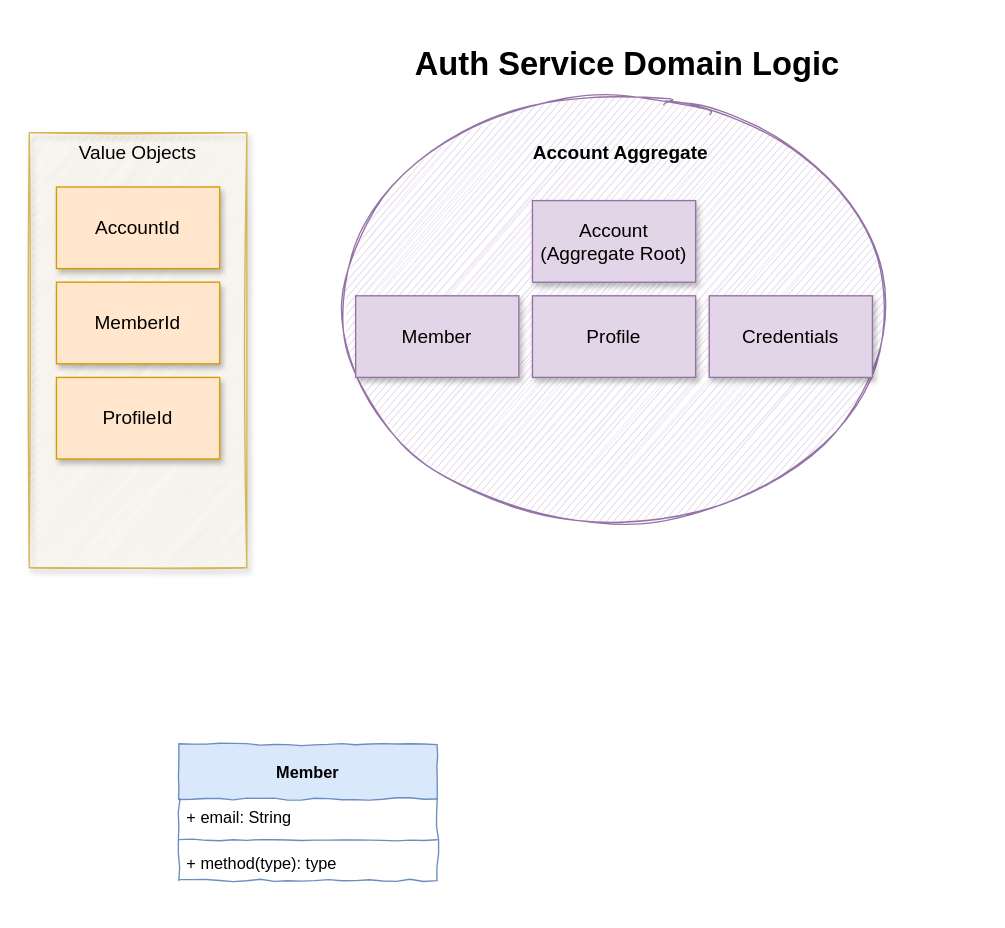
The draw.io diagram page "User_Mgmt_Domain" (3 of 4) of src/user-management/.github/diagrams/diagrams.drawio in kumo829/GamingTournamentBackJava, before the edit. Source tidied: cells renumbered, new cells numbered last; positions are measured from the earlier drawing's top-left corner, leaving out a move shared by most shapes. Both pictures are drawn from the tidied source at 136%, with x=0, y=0 at pixel (29, 37).
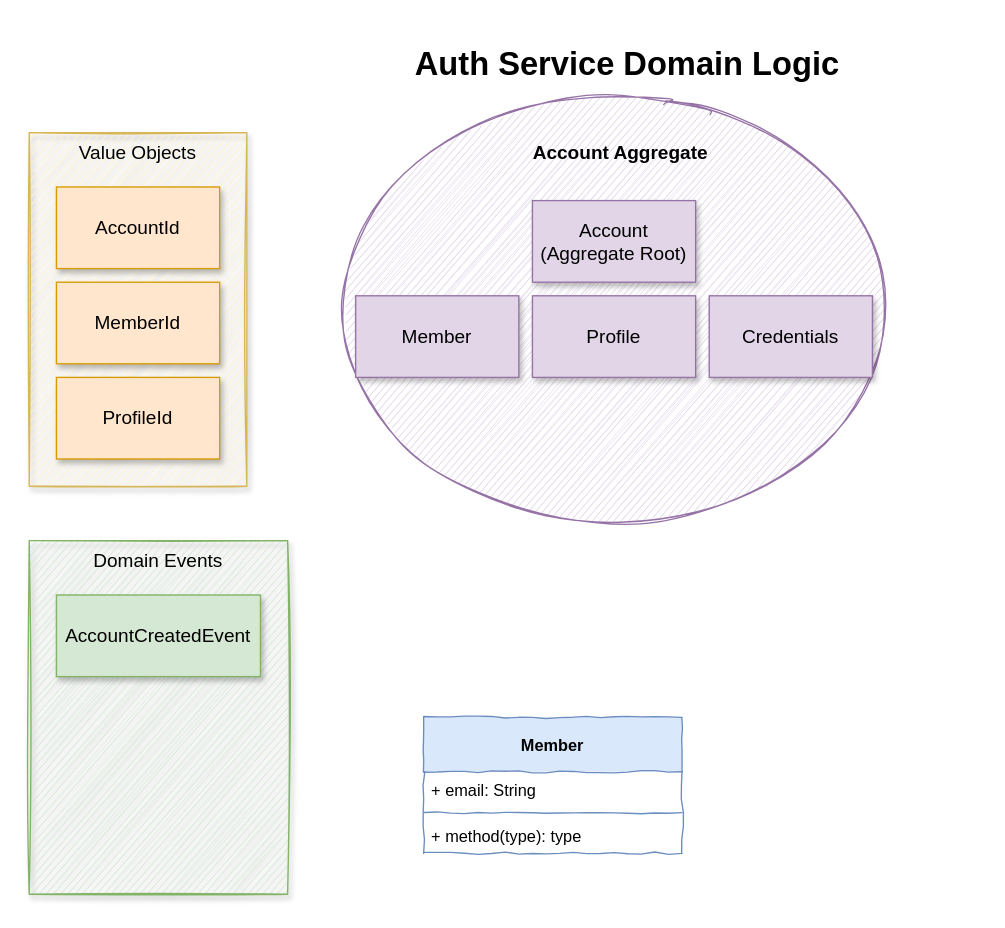
Above is the later version.

Diff of the diagram source:
```diff
@@
 <mxGraphModel>
   <root>
     <mxCell id="0" />
     <mxCell id="1" parent="0" />
     <mxCell id="2" value="&lt;h1&gt;Auth Service Domain Logic&lt;/h1&gt;" style="text;html=1;strokeColor=none;fillColor=none;spacing=5;spacingTop=-20;whiteSpace=wrap;overflow=hidden;rounded=0;align=center;" parent="1" vertex="1">
       <mxGeometry x="180" width="520" height="50" as="geometry" />
     </mxCell>
     <mxCell id="3" style="ellipse;whiteSpace=wrap;html=1;sketch=1;fillColor=#e1d5e7;strokeColor=#9673a6;" parent="1" vertex="1">
       <mxGeometry x="220" y="50" width="420" height="300" as="geometry" />
     </mxCell>
     <mxCell id="4" value="Account Aggregate" style="text;html=1;strokeColor=none;fillColor=none;align=center;verticalAlign=middle;whiteSpace=wrap;rounded=0;fontStyle=1;fontSize=14;sketch=1;shadow=0;glass=0;" parent="1" vertex="1">
       <mxGeometry x="340" y="70" width="190" height="30" as="geometry" />
     </mxCell>
     <mxCell id="5" value="Account&lt;br&gt;(Aggregate Root)" style="rounded=0;whiteSpace=wrap;html=1;shadow=1;glass=0;sketch=0;fontSize=14;fillColor=#e1d5e7;strokeColor=#9673a6;" parent="1" vertex="1">
       <mxGeometry x="370" y="120" width="120" height="60" as="geometry" />
     </mxCell>
     <mxCell id="6" value="Member" style="rounded=0;whiteSpace=wrap;html=1;shadow=1;glass=0;sketch=0;fontSize=14;fillColor=#e1d5e7;strokeColor=#9673a6;" parent="1" vertex="1">
       <mxGeometry x="240" y="190" width="120" height="60" as="geometry" />
     </mxCell>
     <mxCell id="7" value="Profile" style="rounded=0;whiteSpace=wrap;html=1;shadow=1;glass=0;sketch=0;fontSize=14;fillColor=#e1d5e7;strokeColor=#9673a6;" parent="1" vertex="1">
       <mxGeometry x="370" y="190" width="120" height="60" as="geometry" />
     </mxCell>
     <mxCell id="8" value="Value Objects" style="rounded=0;whiteSpace=wrap;html=1;shadow=1;glass=0;sketch=1;fontSize=14;verticalAlign=top;fillColor=#fff2cc;strokeColor=#d6b656;" parent="1" vertex="1">
-      <mxGeometry y="70" width="160" height="320" as="geometry" />
+      <mxGeometry y="70" width="160" height="260" as="geometry" />
     </mxCell>
     <mxCell id="9" value="AccountId" style="rounded=0;whiteSpace=wrap;html=1;shadow=1;glass=0;sketch=0;fontSize=14;fillColor=#ffe6cc;strokeColor=#d79b00;" parent="1" vertex="1">
       <mxGeometry x="20" y="110" width="120" height="60" as="geometry" />
     </mxCell>
     <mxCell id="10" value="MemberId" style="rounded=0;whiteSpace=wrap;html=1;shadow=1;glass=0;sketch=0;fontSize=14;fillColor=#ffe6cc;strokeColor=#d79b00;" parent="1" vertex="1">
       <mxGeometry x="20" y="180" width="120" height="60" as="geometry" />
     </mxCell>
     <mxCell id="11" value="ProfileId" style="rounded=0;whiteSpace=wrap;html=1;shadow=1;glass=0;sketch=0;fontSize=14;fillColor=#ffe6cc;strokeColor=#d79b00;" parent="1" vertex="1">
       <mxGeometry x="20" y="250" width="120" height="60" as="geometry" />
     </mxCell>
     <mxCell id="12" value="Member" style="swimlane;fontStyle=1;align=center;verticalAlign=middle;horizontal=1;startSize=40;sketch=1;sketchStyle=comic;strokeColor=#6c8ebf;strokeWidth=1;fillColor=#dae8fc;noLabel=0;" parent="1" vertex="1">
-      <mxGeometry x="110" y="520" width="190" height="100" as="geometry" />
+      <mxGeometry x="290" y="500" width="190" height="100" as="geometry" />
     </mxCell>
     <mxCell id="13" value="+ email: String" style="text;strokeColor=none;fillColor=none;align=left;verticalAlign=top;spacingLeft=4;spacingRight=4;overflow=hidden;sketch=1;sketchStyle=comic;startSize=40;" parent="12" vertex="1">
       <mxGeometry y="40" width="190" height="26" as="geometry" />
     </mxCell>
     <mxCell id="14" style="line;strokeWidth=1;fillColor=none;align=left;verticalAlign=middle;spacingTop=-1;spacingLeft=3;spacingRight=3;labelPosition=right;sketch=1;sketchStyle=comic;startSize=40;strokeColor=#6C8EBF;" parent="12" vertex="1">
       <mxGeometry y="66" width="190" height="8" as="geometry" />
     </mxCell>
     <mxCell id="15" value="+ method(type): type" style="text;strokeColor=none;fillColor=none;align=left;verticalAlign=top;spacingLeft=4;spacingRight=4;overflow=hidden;sketch=1;sketchStyle=comic;startSize=40;" parent="12" vertex="1">
       <mxGeometry y="74" width="190" height="26" as="geometry" />
     </mxCell>
     <mxCell id="16" value="Credentials" style="rounded=0;whiteSpace=wrap;html=1;shadow=1;glass=0;sketch=0;fontSize=14;fillColor=#e1d5e7;strokeColor=#9673a6;" parent="1" vertex="1">
       <mxGeometry x="500" y="190" width="120" height="60" as="geometry" />
     </mxCell>
+    <mxCell id="17" value="Domain Events" style="rounded=0;whiteSpace=wrap;html=1;shadow=1;glass=0;sketch=1;fontSize=14;verticalAlign=top;fillColor=#d5e8d4;strokeColor=#82b366;" parent="1" vertex="1">
+      <mxGeometry y="370" width="190" height="260" as="geometry" />
+    </mxCell>
+    <mxCell id="18" value="AccountCreatedEvent" style="rounded=0;whiteSpace=wrap;html=1;shadow=1;glass=0;sketch=0;fontSize=14;fillColor=#d5e8d4;strokeColor=#82b366;" parent="1" vertex="1">
+      <mxGeometry x="20" y="410" width="150" height="60" as="geometry" />
+    </mxCell>
   </root>
 </mxGraphModel>
```
